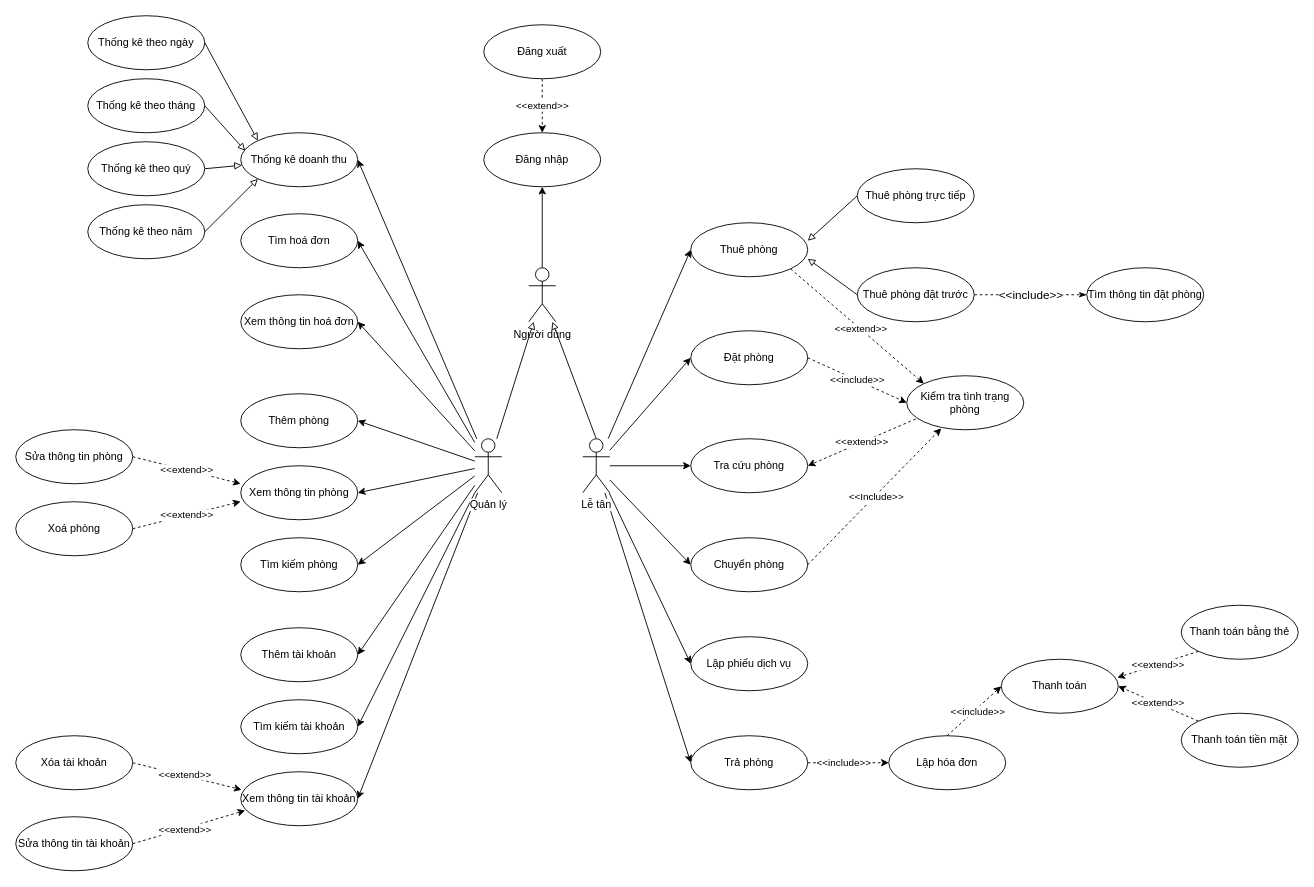
Above: Docs/Use Case Diagram.drawio in nguyenhuugiatri/web-quan-ly-khach-san (draw.io), before the change. Source tidied: cells renumbered, new cells numbered last; positions are measured from the earlier drawing's top-left corner, leaving out a move shared by most shapes. Both pictures are drawn from the tidied source at 90%, with x=0, y=0 at pixel (15, 15).
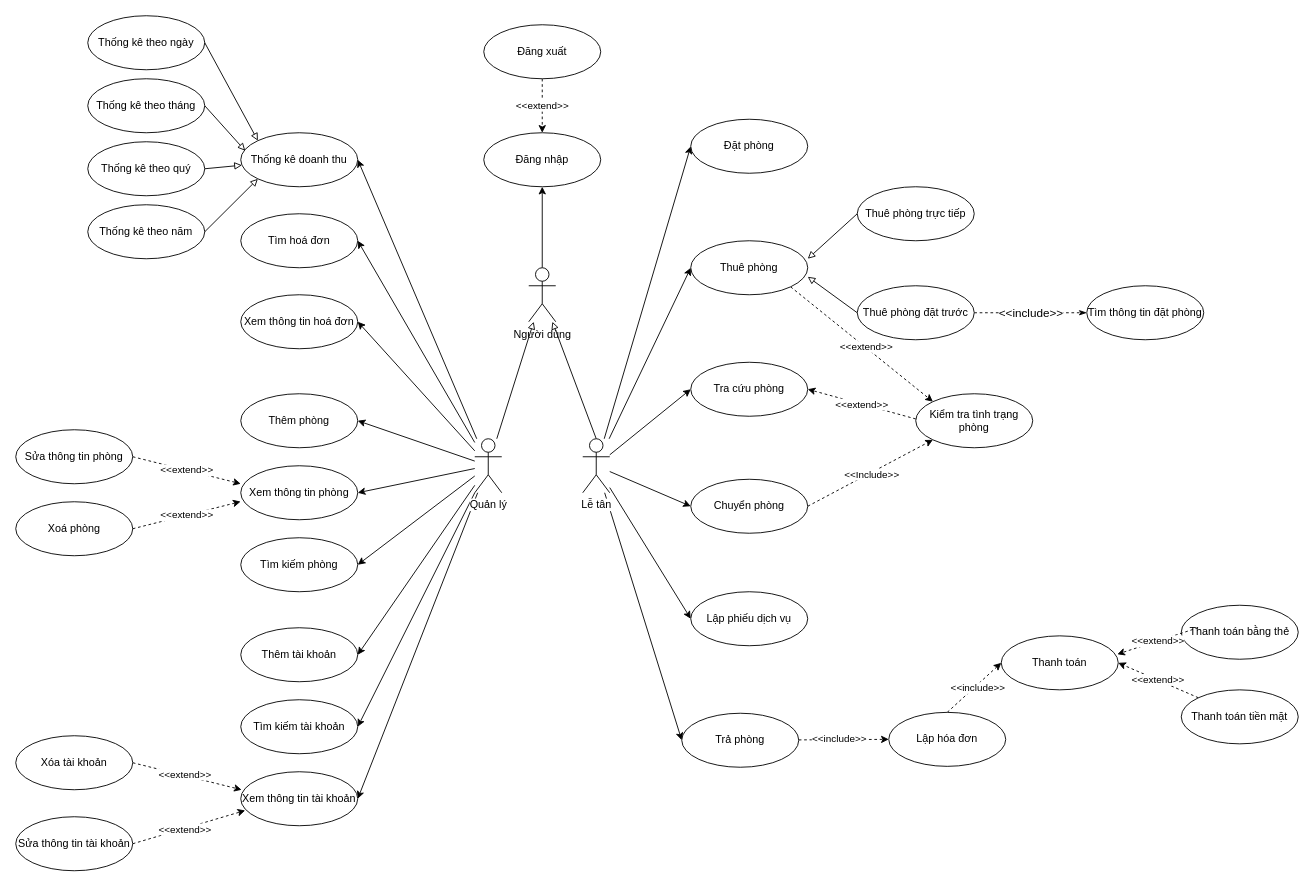
The same diagram, later.

The change refers to these unchanged cells:
```xml
<mxCell id="9" value="Lễ tân" style="shape=umlActor;verticalLabelPosition=bottom;labelBackgroundColor=#ffffff;verticalAlign=top;html=1;outlineConnect=0;" parent="1" vertex="1">
  <mxGeometry x="630" y="470" width="30" height="60" as="geometry" />
</mxCell>
<mxCell id="29" value="Thanh toán bằng thẻ" style="ellipse;whiteSpace=wrap;html=1;" parent="1" vertex="1">
  <mxGeometry x="1295" y="655" width="130" height="60" as="geometry" />
</mxCell>
```

The edit, as a diff of the source:
```diff
@@
-    <mxCell id="4" style="edgeStyle=none;rounded=0;jettySize=auto;html=1;entryX=0;entryY=0.5;entryDx=0;entryDy=0;endArrow=classic;endFill=1;" parent="1" edge="1" source="9" target="21">
-      <mxGeometry relative="1" as="geometry" />
-    </mxCell>
@@
+    <mxCell id="4" style="edgeStyle=none;rounded=0;jettySize=auto;html=1;entryX=0;entryY=0.5;entryDx=0;entryDy=0;" parent="1" edge="1" source="9" target="21">
+      <mxGeometry relative="1" as="geometry" />
+    </mxCell>
@@
     <mxCell id="12" value="Thuê phòng" style="ellipse;whiteSpace=wrap;html=1;" parent="1" vertex="1">
-      <mxGeometry x="750" y="230" width="130" height="60" as="geometry" />
+      <mxGeometry x="750" y="250" width="130" height="60" as="geometry" />
     </mxCell>
     <mxCell id="13" style="edgeStyle=none;rounded=0;jettySize=auto;html=1;exitX=0;exitY=0.5;exitDx=0;exitDy=0;endArrow=block;endFill=0;" parent="1" edge="1" source="14">
       <mxGeometry relative="1" as="geometry">
-        <mxPoint x="880" y="250" as="targetPoint" />
+        <mxPoint x="880" y="270" as="targetPoint" />
       </mxGeometry>
     </mxCell>
     <mxCell id="14" value="Thuê phòng trực tiếp" style="ellipse;whiteSpace=wrap;html=1;" parent="1" vertex="1">
-      <mxGeometry x="935" y="170" width="130" height="60" as="geometry" />
+      <mxGeometry x="935" y="190" width="130" height="60" as="geometry" />
     </mxCell>
@@
     <mxCell id="16" style="edgeStyle=none;rounded=0;jettySize=auto;html=1;exitX=0;exitY=0.5;exitDx=0;exitDy=0;endArrow=block;endFill=0;" parent="1" edge="1" source="17">
       <mxGeometry relative="1" as="geometry">
-        <mxPoint x="880" y="270" as="targetPoint" />
+        <mxPoint x="880" y="290" as="targetPoint" />
       </mxGeometry>
     </mxCell>
     <mxCell id="17" value="Thuê phòng đặt trước" style="ellipse;whiteSpace=wrap;html=1;" parent="1" vertex="1">
-      <mxGeometry x="935" y="280" width="130" height="60" as="geometry" />
+      <mxGeometry x="935" y="300" width="130" height="60" as="geometry" />
     </mxCell>
     <mxCell id="18" value="Tìm thông tin đặt phòng" style="ellipse;whiteSpace=wrap;html=1;align=center;" parent="1" vertex="1">
-      <mxGeometry x="1190" y="280" width="130" height="60" as="geometry" />
+      <mxGeometry x="1190" y="300" width="130" height="60" as="geometry" />
     </mxCell>
     <mxCell id="19" value="Tra cứu phòng" style="ellipse;whiteSpace=wrap;html=1;" parent="1" vertex="1">
-      <mxGeometry x="750" y="470" width="130" height="60" as="geometry" />
+      <mxGeometry x="750" y="385" width="130" height="60" as="geometry" />
     </mxCell>
-    <mxCell id="20" value="&amp;lt;&amp;lt;include&amp;gt;&amp;gt;" style="rounded=0;jettySize=auto;html=1;entryX=0;entryY=0.5;entryDx=0;entryDy=0;dashed=1;endArrow=classic;endFill=1;exitX=1;exitY=0.5;exitDx=0;exitDy=0;" parent="1" edge="1" source="21" target="22">
-      <mxGeometry relative="1" as="geometry" />
-    </mxCell>
-    <mxCell id="21" value="Đặt phòng" style="ellipse;whiteSpace=wrap;html=1;" parent="1" vertex="1">
-      <mxGeometry x="750" y="350" width="130" height="60" as="geometry" />
-    </mxCell>
     <mxCell id="22" value="Kiểm tra tình trạng phòng" style="ellipse;whiteSpace=wrap;html=1;" parent="1" vertex="1">
-      <mxGeometry x="990" y="400" width="130" height="60" as="geometry" />
+      <mxGeometry x="1000" y="420" width="130" height="60" as="geometry" />
     </mxCell>
@@
     <mxCell id="25" value="Lập phiếu dịch vụ" style="ellipse;whiteSpace=wrap;html=1;" parent="1" vertex="1">
-      <mxGeometry x="750" y="690" width="130" height="60" as="geometry" />
+      <mxGeometry x="750" y="640" width="130" height="60" as="geometry" />
     </mxCell>
-    <mxCell id="26" value="&amp;lt;&amp;lt;include&amp;gt;&amp;gt;" style="edgeStyle=orthogonalEdgeStyle;rounded=0;jettySize=auto;html=1;dashed=1;" parent="1" edge="1" source="27">
-      <mxGeometry x="-0.11" relative="1" as="geometry">
-        <mxPoint x="970" y="830" as="targetPoint" />
-      </mxGeometry>
+    <mxCell id="26" value="&amp;lt;&amp;lt;include&amp;gt;&amp;gt;" style="rounded=0;jettySize=auto;html=1;dashed=1;entryX=0;entryY=0.5;entryDx=0;entryDy=0;" parent="1" edge="1" source="27" target="80">
+      <mxGeometry x="-0.11" relative="1" as="geometry" />
     </mxCell>
     <mxCell id="27" value="Trả phòng" style="ellipse;whiteSpace=wrap;html=1;" parent="1" vertex="1">
-      <mxGeometry x="750" y="800" width="130" height="60" as="geometry" />
+      <mxGeometry x="740" y="775" width="130" height="60" as="geometry" />
     </mxCell>
     <mxCell id="28" value="Thanh toán" style="ellipse;whiteSpace=wrap;html=1;" parent="1" vertex="1">
-      <mxGeometry x="1095" y="715" width="130" height="60" as="geometry" />
+      <mxGeometry x="1095" y="689" width="130" height="60" as="geometry" />
     </mxCell>
@@
     <mxCell id="30" value="Thanh toán tiền mặt" style="ellipse;whiteSpace=wrap;html=1;" parent="1" vertex="1">
-      <mxGeometry x="1295" y="775" width="130" height="60" as="geometry" />
+      <mxGeometry x="1295" y="749" width="130" height="60" as="geometry" />
     </mxCell>
-    <mxCell id="31" value="&amp;lt;&amp;lt;extend&amp;gt;&amp;gt;" style="endArrow=classic;html=1;entryX=0.992;entryY=0.34;entryDx=0;entryDy=0;entryPerimeter=0;exitX=0;exitY=1;exitDx=0;exitDy=0;dashed=1;" parent="1" edge="1" source="29" target="28">
-      <mxGeometry relative="1" as="geometry" />
+    <mxCell id="31" value="&amp;lt;&amp;lt;extend&amp;gt;&amp;gt;" style="endArrow=classic;html=1;entryX=0.992;entryY=0.34;entryDx=0;entryDy=0;entryPerimeter=0;exitX=0;exitY=1;exitDx=0;exitDy=0;dashed=1;" parent="1" edge="1" target="28">
+      <mxGeometry relative="1" as="geometry">
+        <mxPoint x="1313.7" y="680" as="sourcePoint" />
+      </mxGeometry>
     </mxCell>
@@
-    <mxCell id="59" style="edgeStyle=none;rounded=0;jettySize=auto;html=1;exitX=1;exitY=0.5;exitDx=0;exitDy=0;entryX=0.295;entryY=0.974;entryDx=0;entryDy=0;entryPerimeter=0;dashed=1;endArrow=classic;endFill=1;" parent="1" edge="1" source="61" target="22">
+    <mxCell id="59" style="edgeStyle=none;rounded=0;jettySize=auto;html=1;exitX=1;exitY=0.5;exitDx=0;exitDy=0;entryX=0;entryY=1;entryDx=0;entryDy=0;dashed=1;endArrow=classic;endFill=1;" parent="1" edge="1" source="61" target="22">
       <mxGeometry relative="1" as="geometry" />
     </mxCell>
@@
     <mxCell id="61" value="Chuyển phòng" style="ellipse;whiteSpace=wrap;html=1;" parent="1" vertex="1">
-      <mxGeometry x="750" y="580" width="130" height="60" as="geometry" />
+      <mxGeometry x="750" y="515" width="130" height="60" as="geometry" />
     </mxCell>
@@
     <mxCell id="80" value="Lập hóa đơn" style="ellipse;whiteSpace=wrap;html=1;" parent="1" vertex="1">
-      <mxGeometry x="970" y="800" width="130" height="60" as="geometry" />
+      <mxGeometry x="970" y="774" width="130" height="60" as="geometry" />
     </mxCell>
+    <mxCell id="21" value="Đặt phòng" style="ellipse;whiteSpace=wrap;html=1;" parent="1" vertex="1">
+      <mxGeometry x="750" y="115" width="130" height="60" as="geometry" />
+    </mxCell>
```
